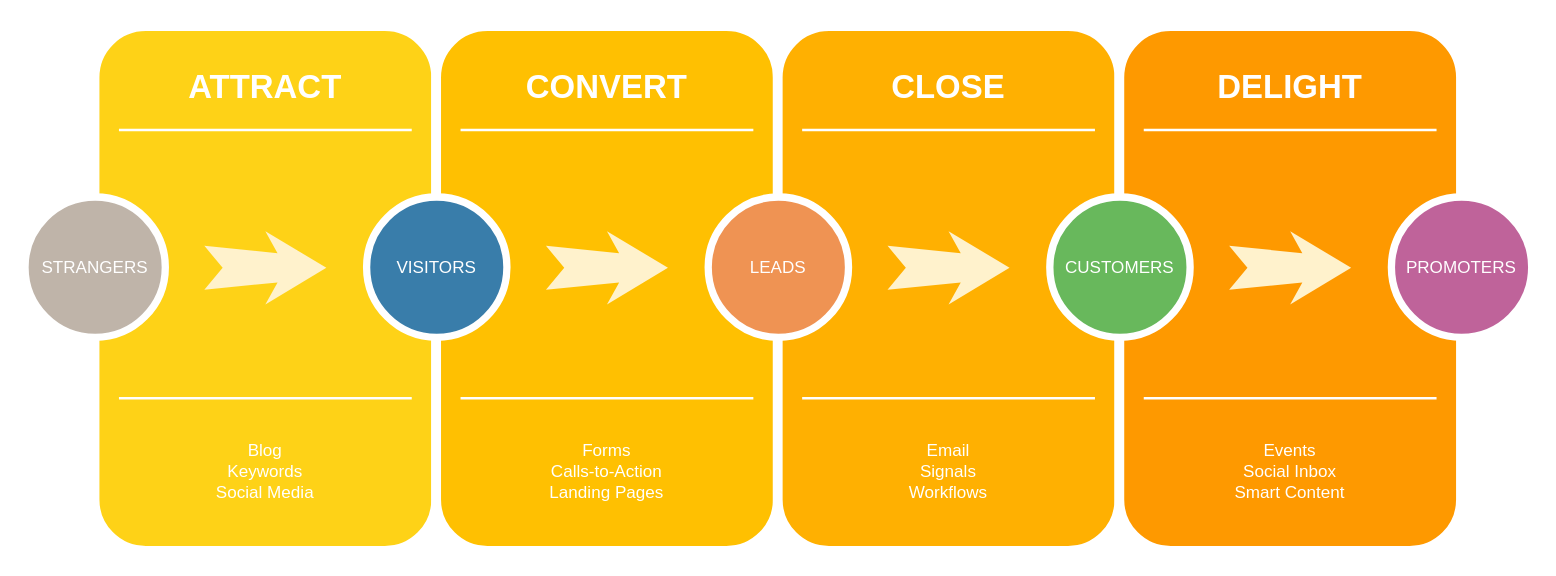
This is Untitled Diagram.drawio from junhee916/memory_git, a draw.io file, before an edit. Source tidied: cells renumbered, new cells numbered last; positions are measured from the earlier drawing's top-left corner, leaving out a move shared by most shapes. Both pictures are drawn from the tidied source at 122%, with x=0, y=0 at pixel (24, 26).
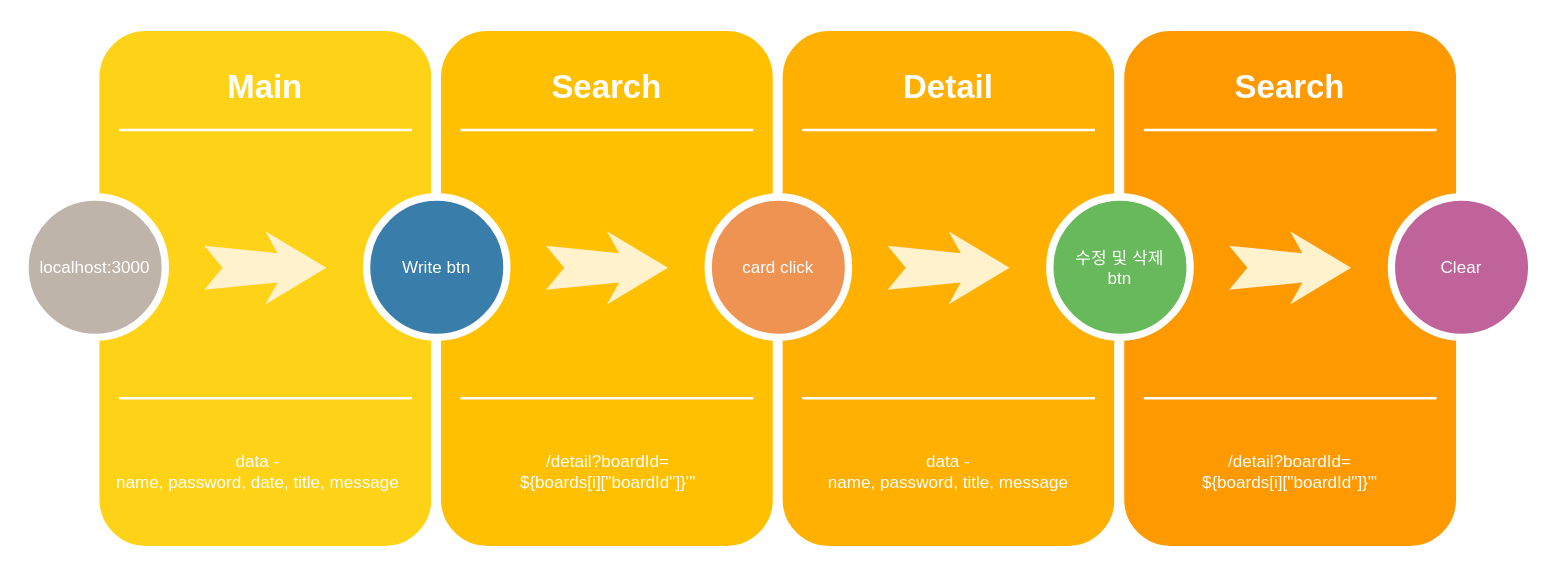
The same page after the edit.

Change to the diagram source:
```diff
@@
-    <mxCell id="3" value="ATTRACT" style="text;html=1;strokeColor=none;fillColor=none;align=center;verticalAlign=middle;whiteSpace=wrap;rounded=0;shadow=0;fontSize=27;fontColor=#FFFFFF;fontStyle=1;" parent="1" vertex="1">
+    <mxCell id="3" value="Main" style="text;html=1;strokeColor=none;fillColor=none;align=center;verticalAlign=middle;whiteSpace=wrap;rounded=0;shadow=0;fontSize=27;fontColor=#FFFFFF;fontStyle=1;" parent="1" vertex="1">
       <mxGeometry x="57" y="20" width="280" height="60" as="geometry" />
     </mxCell>
-    <mxCell id="4" value="Blog&lt;div&gt;Keywords&lt;/div&gt;&lt;div&gt;Social Media&lt;/div&gt;" style="text;html=1;strokeColor=none;fillColor=none;align=center;verticalAlign=middle;whiteSpace=wrap;rounded=0;shadow=0;fontSize=14;fontColor=#FFFFFF;" parent="1" vertex="1">
-      <mxGeometry x="57" y="320" width="280" height="90" as="geometry" />
-    </mxCell>
@@
-    <mxCell id="7" value="STRANGERS" style="ellipse;whiteSpace=wrap;html=1;rounded=0;shadow=0;strokeWidth=6;fontSize=14;align=center;fillColor=#BFB4A9;strokeColor=#FFFFFF;fontColor=#FFFFFF;" parent="1" vertex="1">
+    <mxCell id="7" value="localhost:3000" style="ellipse;whiteSpace=wrap;html=1;rounded=0;shadow=0;strokeWidth=6;fontSize=14;align=center;fillColor=#BFB4A9;strokeColor=#FFFFFF;fontColor=#FFFFFF;" parent="1" vertex="1">
       <mxGeometry y="140" width="115" height="115" as="geometry" />
     </mxCell>
@@
-    <mxCell id="10" value="CONVERT" style="text;html=1;strokeColor=none;fillColor=none;align=center;verticalAlign=middle;whiteSpace=wrap;rounded=0;shadow=0;fontSize=27;fontColor=#FFFFFF;fontStyle=1;" parent="1" vertex="1">
+    <mxCell id="10" value="Search" style="text;html=1;strokeColor=none;fillColor=none;align=center;verticalAlign=middle;whiteSpace=wrap;rounded=0;shadow=0;fontSize=27;fontColor=#FFFFFF;fontStyle=1;" parent="1" vertex="1">
       <mxGeometry x="337" y="20" width="280" height="60" as="geometry" />
     </mxCell>
-    <mxCell id="11" value="Forms&lt;div&gt;Calls-to-Action&lt;/div&gt;&lt;div&gt;Landing Pages&lt;/div&gt;" style="text;html=1;strokeColor=none;fillColor=none;align=center;verticalAlign=middle;whiteSpace=wrap;rounded=0;shadow=0;fontSize=14;fontColor=#FFFFFF;" parent="1" vertex="1">
-      <mxGeometry x="337" y="320" width="280" height="90" as="geometry" />
+    <mxCell id="11" value="/detail?boardId=&lt;br&gt;${boards[i][&quot;boardId&quot;]}'&quot;" style="text;html=1;strokeColor=none;fillColor=none;align=center;verticalAlign=middle;whiteSpace=wrap;rounded=0;shadow=0;fontSize=14;fontColor=#FFFFFF;" parent="1" vertex="1">
+      <mxGeometry x="338" y="320" width="280" height="90" as="geometry" />
     </mxCell>
@@
-    <mxCell id="14" value="VISITORS" style="ellipse;whiteSpace=wrap;html=1;rounded=0;shadow=0;strokeWidth=6;fontSize=14;align=center;fillColor=#397DAA;strokeColor=#FFFFFF;fontColor=#FFFFFF;" parent="1" vertex="1">
+    <mxCell id="14" value="Write btn" style="ellipse;whiteSpace=wrap;html=1;rounded=0;shadow=0;strokeWidth=6;fontSize=14;align=center;fillColor=#397DAA;strokeColor=#FFFFFF;fontColor=#FFFFFF;" parent="1" vertex="1">
       <mxGeometry x="280" y="140" width="115" height="115" as="geometry" />
     </mxCell>
@@
-    <mxCell id="17" value="CLOSE" style="text;html=1;strokeColor=none;fillColor=none;align=center;verticalAlign=middle;whiteSpace=wrap;rounded=0;shadow=0;fontSize=27;fontColor=#FFFFFF;fontStyle=1;" parent="1" vertex="1">
+    <mxCell id="17" value="Detail" style="text;html=1;strokeColor=none;fillColor=none;align=center;verticalAlign=middle;whiteSpace=wrap;rounded=0;shadow=0;fontSize=27;fontColor=#FFFFFF;fontStyle=1;" parent="1" vertex="1">
       <mxGeometry x="617" y="20" width="280" height="60" as="geometry" />
     </mxCell>
-    <mxCell id="18" value="Email&lt;div&gt;Signals&lt;/div&gt;&lt;div&gt;Workflows&lt;/div&gt;" style="text;html=1;strokeColor=none;fillColor=none;align=center;verticalAlign=middle;whiteSpace=wrap;rounded=0;shadow=0;fontSize=14;fontColor=#FFFFFF;" parent="1" vertex="1">
+    <mxCell id="18" value="data -&lt;br&gt;name, password, title, message" style="text;html=1;strokeColor=none;fillColor=none;align=center;verticalAlign=middle;whiteSpace=wrap;rounded=0;shadow=0;fontSize=14;fontColor=#FFFFFF;" parent="1" vertex="1">
       <mxGeometry x="617" y="320" width="280" height="90" as="geometry" />
     </mxCell>
@@
-    <mxCell id="21" value="LEADS" style="ellipse;whiteSpace=wrap;html=1;rounded=0;shadow=0;strokeWidth=6;fontSize=14;align=center;fillColor=#EF9353;strokeColor=#FFFFFF;fontColor=#FFFFFF;" parent="1" vertex="1">
+    <mxCell id="21" value="card click" style="ellipse;whiteSpace=wrap;html=1;rounded=0;shadow=0;strokeWidth=6;fontSize=14;align=center;fillColor=#EF9353;strokeColor=#FFFFFF;fontColor=#FFFFFF;" parent="1" vertex="1">
       <mxGeometry x="560" y="140" width="115" height="115" as="geometry" />
     </mxCell>
@@
-    <mxCell id="24" value="DELIGHT" style="text;html=1;strokeColor=none;fillColor=none;align=center;verticalAlign=middle;whiteSpace=wrap;rounded=0;shadow=0;fontSize=27;fontColor=#FFFFFF;fontStyle=1;" parent="1" vertex="1">
+    <mxCell id="24" value="Search" style="text;html=1;strokeColor=none;fillColor=none;align=center;verticalAlign=middle;whiteSpace=wrap;rounded=0;shadow=0;fontSize=27;fontColor=#FFFFFF;fontStyle=1;" parent="1" vertex="1">
       <mxGeometry x="897" y="20" width="280" height="60" as="geometry" />
     </mxCell>
-    <mxCell id="25" value="Events&lt;div&gt;Social Inbox&lt;/div&gt;&lt;div&gt;Smart Content&lt;/div&gt;" style="text;html=1;strokeColor=none;fillColor=none;align=center;verticalAlign=middle;whiteSpace=wrap;rounded=0;shadow=0;fontSize=14;fontColor=#FFFFFF;" parent="1" vertex="1">
+    <mxCell id="25" value="/detail?boardId=&lt;br&gt;${boards[i][&quot;boardId&quot;]}'&quot;" style="text;html=1;strokeColor=none;fillColor=none;align=center;verticalAlign=middle;whiteSpace=wrap;rounded=0;shadow=0;fontSize=14;fontColor=#FFFFFF;" parent="1" vertex="1">
       <mxGeometry x="897" y="320" width="280" height="90" as="geometry" />
     </mxCell>
@@
-    <mxCell id="28" value="CUSTOMERS" style="ellipse;whiteSpace=wrap;html=1;rounded=0;shadow=0;strokeWidth=6;fontSize=14;align=center;fillColor=#68B85C;strokeColor=#FFFFFF;fontColor=#FFFFFF;" parent="1" vertex="1">
+    <mxCell id="28" value="수정 및 삭제&lt;br&gt;btn" style="ellipse;whiteSpace=wrap;html=1;rounded=0;shadow=0;strokeWidth=6;fontSize=14;align=center;fillColor=#68B85C;strokeColor=#FFFFFF;fontColor=#FFFFFF;" parent="1" vertex="1">
       <mxGeometry x="840" y="140" width="115" height="115" as="geometry" />
     </mxCell>
@@
-    <mxCell id="30" value="PROMOTERS" style="ellipse;whiteSpace=wrap;html=1;rounded=0;shadow=0;strokeWidth=6;fontSize=14;align=center;fillColor=#BF639A;strokeColor=#FFFFFF;fontColor=#FFFFFF;" parent="1" vertex="1">
+    <mxCell id="30" value="Clear" style="ellipse;whiteSpace=wrap;html=1;rounded=0;shadow=0;strokeWidth=6;fontSize=14;align=center;fillColor=#BF639A;strokeColor=#FFFFFF;fontColor=#FFFFFF;" parent="1" vertex="1">
       <mxGeometry x="1120" y="140" width="115" height="115" as="geometry" />
     </mxCell>
+    <mxCell id="31" value="data - &lt;br&gt;name, password, date, title, message" style="text;html=1;strokeColor=none;fillColor=none;align=center;verticalAlign=middle;whiteSpace=wrap;rounded=0;shadow=0;fontSize=14;fontColor=#FFFFFF;" parent="1" vertex="1">
+      <mxGeometry x="51" y="320" width="280" height="90" as="geometry" />
+    </mxCell>
```
